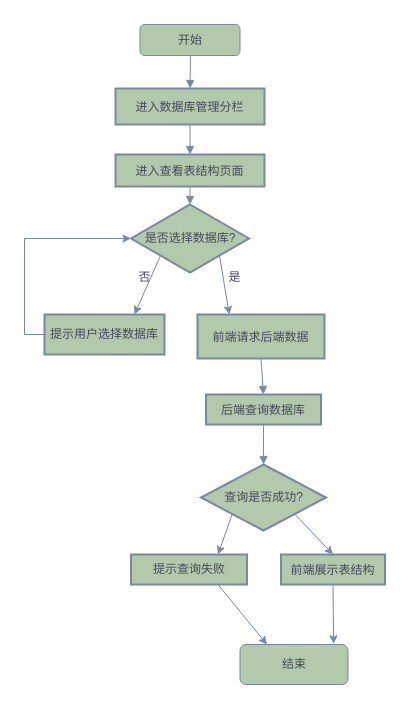
This is draw/知识点，表结构查看.drawio from White1943/sqlEduFB, a draw.io file, before an edit. Source tidied: cells renumbered, new cells numbered last; positions are measured from the earlier drawing's top-left corner, leaving out a move shared by most shapes. Both pictures are drawn from the tidied source at 100%, with x=0, y=0 at pixel (44, 24).
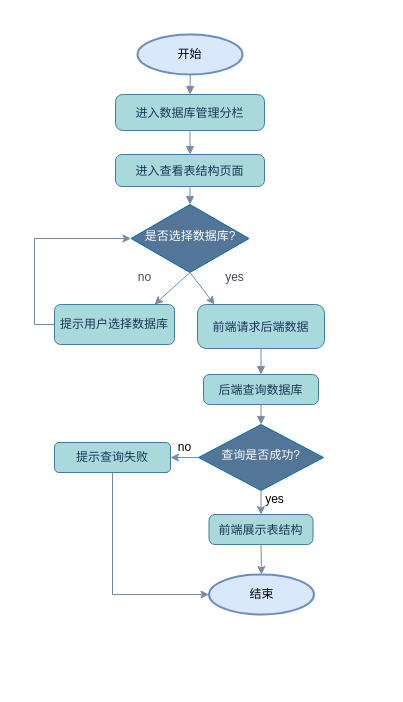
After the change.

Commit message:
更新知识点，表结构查看.drawio

Change to the diagram source:
```diff
@@
-    <mxCell id="26" value="进入数据库管理分栏" style="rounded=0;arcSize=20;strokeWidth=2;labelBackgroundColor=none;fillColor=#B2C9AB;strokeColor=#788AA3;fontColor=#46495D;" parent="1" vertex="1">
-      <mxGeometry x="71" y="64" width="149" height="36" as="geometry" />
+    <mxCell id="26" value="进入数据库管理分栏" style="rounded=1;arcSize=20;strokeWidth=1;labelBackgroundColor=none;fillColor=#A8DADC;strokeColor=#457B9D;fontColor=#1D3557;shadow=0;glass=0;align=center;verticalAlign=middle;fontFamily=Helvetica;fontSize=12;" parent="1" vertex="1">
+      <mxGeometry x="71" y="70" width="149" height="36" as="geometry" />
     </mxCell>
-    <mxCell id="27" value="进入查看表结构页面" style="rounded=0;arcSize=20;strokeWidth=2;labelBackgroundColor=none;fillColor=#B2C9AB;strokeColor=#788AA3;fontColor=#46495D;" parent="1" vertex="1">
+    <mxCell id="27" value="进入查看表结构页面" style="rounded=1;arcSize=20;strokeWidth=1;labelBackgroundColor=none;fillColor=#A8DADC;strokeColor=#457B9D;fontColor=#1D3557;shadow=0;glass=0;align=center;verticalAlign=middle;fontFamily=Helvetica;fontSize=12;" parent="1" vertex="1">
       <mxGeometry x="71" y="130" width="149" height="32" as="geometry" />
     </mxCell>
-    <mxCell id="28" value="是否选择数据库?" style="rhombus;strokeWidth=2;whiteSpace=wrap;labelBackgroundColor=none;fillColor=#B2C9AB;strokeColor=#788AA3;fontColor=#46495D;" parent="1" vertex="1">
+    <mxCell id="28" value="是否选择数据库?" style="rhombus;strokeWidth=1;whiteSpace=wrap;labelBackgroundColor=none;fillColor=light-dark(#527598, #2566a8);strokeColor=#006EAF;fontColor=#ffffff;shadow=0;align=center;verticalAlign=middle;spacingTop=-4;spacing=6;fontFamily=Helvetica;fontSize=12;" parent="1" vertex="1">
       <mxGeometry x="86.5" y="180" width="118" height="68" as="geometry" />
     </mxCell>
@@
-    <mxCell id="30" value="提示用户选择数据库" style="whiteSpace=wrap;strokeWidth=2;labelBackgroundColor=none;fillColor=#B2C9AB;strokeColor=#788AA3;fontColor=#46495D;" parent="1" vertex="1">
-      <mxGeometry y="290" width="120" height="40" as="geometry" />
+    <mxCell id="30" value="提示用户选择数据库" style="whiteSpace=wrap;strokeWidth=1;labelBackgroundColor=none;fillColor=#A8DADC;strokeColor=#457B9D;fontColor=#1D3557;rounded=1;shadow=0;glass=0;align=center;verticalAlign=middle;fontFamily=Helvetica;fontSize=12;" parent="1" vertex="1">
+      <mxGeometry x="10" y="280" width="120" height="40" as="geometry" />
     </mxCell>
-    <mxCell id="31" value="前端请求后端数据" style="rounded=0;arcSize=20;strokeWidth=2;labelBackgroundColor=none;fillColor=#B2C9AB;strokeColor=#788AA3;fontColor=#46495D;" parent="1" vertex="1">
-      <mxGeometry x="153" y="290" width="127" height="44" as="geometry" />
+    <mxCell id="31" value="前端请求后端数据" style="rounded=1;arcSize=20;strokeWidth=1;labelBackgroundColor=none;fillColor=#A8DADC;strokeColor=#457B9D;fontColor=#1D3557;shadow=0;glass=0;align=center;verticalAlign=middle;fontFamily=Helvetica;fontSize=12;" parent="1" vertex="1">
+      <mxGeometry x="153" y="280" width="127" height="44" as="geometry" />
     </mxCell>
-    <mxCell id="32" value="后端查询数据库" style="rounded=0;arcSize=20;strokeWidth=2;labelBackgroundColor=none;fillColor=#B2C9AB;strokeColor=#788AA3;fontColor=#46495D;" parent="1" vertex="1">
-      <mxGeometry x="161.5" y="370" width="115" height="30" as="geometry" />
+    <mxCell id="32" value="后端查询数据库" style="rounded=1;arcSize=20;strokeWidth=1;labelBackgroundColor=none;fillColor=#A8DADC;strokeColor=#457B9D;fontColor=#1D3557;shadow=0;glass=0;align=center;verticalAlign=middle;fontFamily=Helvetica;fontSize=12;" parent="1" vertex="1">
+      <mxGeometry x="159" y="350" width="115" height="30" as="geometry" />
     </mxCell>
+    <mxCell id="46" style="edgeStyle=orthogonalEdgeStyle;rounded=0;jettySize=auto;html=1;exitX=0;exitY=0.5;exitDx=0;exitDy=0;fillColor=#dae8fc;strokeColor=#6c8ebf;entryX=1;entryY=0.5;entryDx=0;entryDy=0;" parent="1" edge="1" source="33" target="34">
+      <mxGeometry relative="1" as="geometry" />
+    </mxCell>
-    <mxCell id="33" value="查询是否成功?" style="rhombus;strokeWidth=2;whiteSpace=wrap;labelBackgroundColor=none;fillColor=#B2C9AB;strokeColor=#788AA3;fontColor=#46495D;" parent="1" vertex="1">
-      <mxGeometry x="156.5" y="440" width="125" height="66" as="geometry" />
+    <mxCell id="33" value="查询是否成功?" style="rhombus;strokeWidth=1;whiteSpace=wrap;labelBackgroundColor=none;fillColor=light-dark(#527598, #2566a8);strokeColor=#006EAF;fontColor=#ffffff;shadow=0;align=center;verticalAlign=middle;spacingTop=-4;spacing=6;fontFamily=Helvetica;fontSize=12;" parent="1" vertex="1">
+      <mxGeometry x="154" y="400" width="125" height="66" as="geometry" />
     </mxCell>
-    <mxCell id="34" value="提示查询失败" style="whiteSpace=wrap;strokeWidth=2;labelBackgroundColor=none;fillColor=#B2C9AB;strokeColor=#788AA3;fontColor=#46495D;" parent="1" vertex="1">
-      <mxGeometry x="86.5" y="530" width="116" height="30" as="geometry" />
+    <mxCell id="34" value="提示查询失败" style="whiteSpace=wrap;strokeWidth=1;labelBackgroundColor=none;fillColor=#A8DADC;strokeColor=#457B9D;fontColor=#1D3557;rounded=1;shadow=0;glass=0;align=center;verticalAlign=middle;fontFamily=Helvetica;fontSize=12;" parent="1" vertex="1">
+      <mxGeometry x="10" y="418" width="116" height="30" as="geometry" />
     </mxCell>
-    <mxCell id="35" value="前端展示表结构" style="rounded=0;arcSize=20;strokeWidth=2;labelBackgroundColor=none;fillColor=#B2C9AB;strokeColor=#788AA3;fontColor=#46495D;" parent="1" vertex="1">
-      <mxGeometry x="236.5" y="530" width="104" height="30" as="geometry" />
+    <mxCell id="35" value="前端展示表结构" style="rounded=1;arcSize=20;strokeWidth=1;labelBackgroundColor=none;fillColor=#A8DADC;strokeColor=#457B9D;fontColor=#1D3557;shadow=0;glass=0;align=center;verticalAlign=middle;fontFamily=Helvetica;fontSize=12;" parent="1" vertex="1">
+      <mxGeometry x="164.5" y="490" width="104" height="30" as="geometry" />
     </mxCell>
@@
-    <mxCell id="41" value="开始" style="rounded=1;whiteSpace=wrap;html=1;labelBackgroundColor=none;fillColor=#B2C9AB;strokeColor=#788AA3;fontColor=#46495D;" parent="1" vertex="1">
-      <mxGeometry x="95.5" width="100" height="31" as="geometry" />
-    </mxCell>
-    <mxCell id="42" value="结束" style="rounded=1;whiteSpace=wrap;html=1;labelBackgroundColor=none;fillColor=#B2C9AB;strokeColor=#788AA3;fontColor=#46495D;" parent="1" vertex="1">
-      <mxGeometry x="195.5" y="620" width="108" height="40" as="geometry" />
-    </mxCell>
-    <mxCell id="43" style="endArrow=classic;html=1;rounded=0;strokeColor=#788AA3;fontColor=#46495D;fillColor=#B2C9AB;exitX=1;exitY=1;exitDx=0;exitDy=0;entryX=0.5;entryY=0;entryDx=0;entryDy=0;" parent="1" edge="1" source="33" target="35">
+    <mxCell id="43" style="endArrow=classic;html=1;rounded=0;strokeColor=#788AA3;fontColor=#46495D;fillColor=#B2C9AB;exitX=0.5;exitY=1;exitDx=0;exitDy=0;entryX=0.5;entryY=0;entryDx=0;entryDy=0;" parent="1" edge="1" source="33" target="35">
       <mxGeometry relative="1" as="geometry" />
     </mxCell>
-    <mxCell id="44" style="endArrow=classic;html=1;rounded=0;strokeColor=#788AA3;fontColor=#46495D;fillColor=#B2C9AB;exitX=0;exitY=1;exitDx=0;exitDy=0;" parent="1" edge="1" source="28">
+    <mxCell id="44" style="endArrow=classic;html=1;rounded=0;strokeColor=#788AA3;fontColor=#46495D;fillColor=#B2C9AB;exitX=0.5;exitY=1;exitDx=0;exitDy=0;" parent="1" edge="1" source="28">
       <mxGeometry relative="1" as="geometry">
-        <mxPoint x="90" y="290" as="targetPoint" />
+        <mxPoint x="110" y="280" as="targetPoint" />
       </mxGeometry>
     </mxCell>
-    <mxCell id="45" style="endArrow=classic;html=1;rounded=0;strokeColor=#788AA3;fontColor=#46495D;fillColor=#B2C9AB;exitX=1;exitY=1;exitDx=0;exitDy=0;entryX=0.25;entryY=0;entryDx=0;entryDy=0;" parent="1" edge="1" source="28" target="31">
-      <mxGeometry relative="1" as="geometry" />
+    <mxCell id="45" style="endArrow=classic;html=1;rounded=0;strokeColor=#788AA3;fontColor=#46495D;fillColor=#B2C9AB;exitX=0.5;exitY=1;exitDx=0;exitDy=0;" parent="1" edge="1" source="28">
+      <mxGeometry relative="1" as="geometry">
+        <mxPoint x="170" y="280" as="targetPoint" />
+      </mxGeometry>
     </mxCell>
-    <mxCell id="46" style="endArrow=classic;html=1;rounded=0;strokeColor=#788AA3;fontColor=#46495D;fillColor=#B2C9AB;exitX=0;exitY=1;exitDx=0;exitDy=0;entryX=0.75;entryY=0;entryDx=0;entryDy=0;" parent="1" edge="1" source="33" target="34">
-      <mxGeometry relative="1" as="geometry" />
-    </mxCell>
-    <mxCell id="47" style="endArrow=classic;html=1;rounded=0;strokeColor=#788AA3;fontColor=#46495D;fillColor=#B2C9AB;exitX=0.5;exitY=1;exitDx=0;exitDy=0;entryX=0.867;entryY=-0.018;entryDx=0;entryDy=0;entryPerimeter=0;" parent="1" edge="1" source="35" target="42">
-      <mxGeometry relative="1" as="geometry" />
+    <mxCell id="47" style="endArrow=classic;html=1;rounded=0;strokeColor=#788AA3;fontColor=#46495D;fillColor=#B2C9AB;exitX=0.5;exitY=1;exitDx=0;exitDy=0;" parent="1" edge="1" source="35">
+      <mxGeometry relative="1" as="geometry">
+        <mxPoint x="217" y="550" as="targetPoint" />
+      </mxGeometry>
     </mxCell>
-    <mxCell id="48" style="endArrow=classic;html=1;rounded=0;strokeColor=#788AA3;fontColor=#46495D;fillColor=#B2C9AB;exitX=0.75;exitY=1;exitDx=0;exitDy=0;entryX=0.25;entryY=0;entryDx=0;entryDy=0;" parent="1" edge="1" source="34" target="42">
-      <mxGeometry relative="1" as="geometry" />
-    </mxCell>
-    <mxCell id="49" value="否" style="text;html=1;align=center;verticalAlign=middle;strokeColor=none;fillColor=none;fontColor=#46495D;" parent="1" vertex="1">
+    <mxCell id="49" value="no" style="text;html=1;align=center;verticalAlign=middle;strokeColor=none;fillColor=none;fontColor=#46495D;" parent="1" vertex="1">
       <mxGeometry x="80" y="238" width="40" height="30" as="geometry" />
     </mxCell>
-    <mxCell id="50" value="是" style="text;html=1;align=center;verticalAlign=middle;strokeColor=none;fillColor=none;fontColor=#46495D;" parent="1" vertex="1">
+    <mxCell id="50" value="yes" style="text;html=1;align=center;verticalAlign=middle;strokeColor=none;fillColor=none;fontColor=#46495D;" parent="1" vertex="1">
       <mxGeometry x="170" y="238" width="40" height="30" as="geometry" />
     </mxCell>
+    <mxCell id="41" value="开始" style="strokeWidth=2;html=1;shape=mxgraph.flowchart.start_2;whiteSpace=wrap;labelBackgroundColor=none;fillColor=#dae8fc;strokeColor=#6c8ebf;" parent="1" vertex="1">
+      <mxGeometry x="93" y="10" width="105" height="40" as="geometry" />
+    </mxCell>
+    <mxCell id="42" value="结束" style="strokeWidth=2;html=1;shape=mxgraph.flowchart.start_2;whiteSpace=wrap;labelBackgroundColor=none;fillColor=#dae8fc;strokeColor=#6c8ebf;" parent="1" vertex="1">
+      <mxGeometry x="164.5" y="550" width="105" height="40" as="geometry" />
+    </mxCell>
+    <mxCell id="51" value="yes" style="text;html=1;align=center;verticalAlign=middle;strokeColor=none;fillColor=none;" parent="1" vertex="1">
+      <mxGeometry x="210" y="460" width="40" height="30" as="geometry" />
+    </mxCell>
+    <mxCell id="52" value="no" style="text;html=1;align=center;verticalAlign=middle;strokeColor=none;fillColor=none;" parent="1" vertex="1">
+      <mxGeometry x="120" y="408" width="40" height="30" as="geometry" />
+    </mxCell>
+    <mxCell id="48" style="edgeStyle=orthogonalEdgeStyle;rounded=0;jettySize=auto;html=1;exitX=0.5;exitY=1;exitDx=0;exitDy=0;entryX=0;entryY=0.5;entryDx=0;entryDy=0;entryPerimeter=0;fillColor=#dae8fc;strokeColor=#788AA3;align=center;verticalAlign=middle;fontFamily=Helvetica;fontSize=11;fontColor=default;labelBackgroundColor=none;endArrow=classic;" parent="1" edge="1" source="34" target="42">
+      <mxGeometry relative="1" as="geometry" />
+    </mxCell>
```
